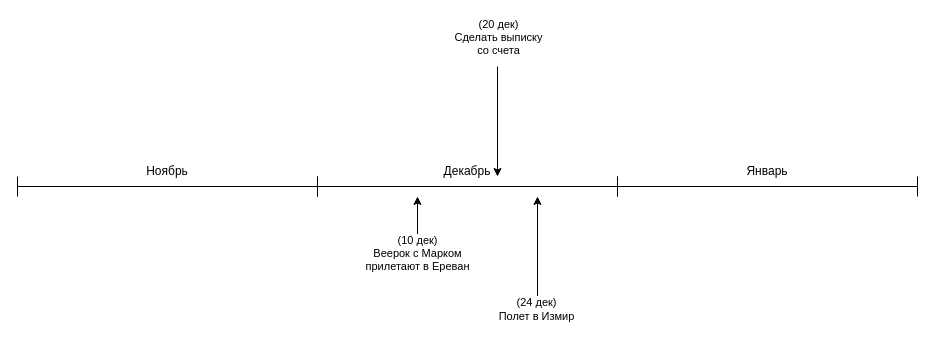
Earlier version of the draw.io diagram relocation.drawio (ajile/draw-io). Source tidied: cells renumbered, new cells numbered last; positions are measured from the earlier drawing's top-left corner, leaving out a move shared by most shapes. Both pictures are drawn from the tidied source at 100%, with x=0, y=0 at pixel (17, 66).
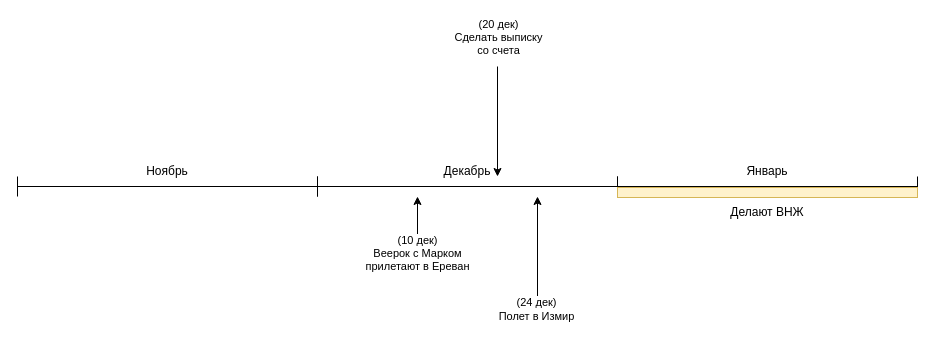
After the change.

What changed in the source:
```diff
@@
+    <mxCell id="23" style="rounded=0;whiteSpace=wrap;html=1;fillColor=#fff2cc;strokeColor=#d6b656;" parent="1" vertex="1">
+      <mxGeometry x="600" y="121" width="300" height="10" as="geometry" />
+    </mxCell>
+    <mxCell id="24" value="Делают ВНЖ" style="text;html=1;strokeColor=none;fillColor=none;align=center;verticalAlign=middle;whiteSpace=wrap;rounded=0;" parent="1" vertex="1">
+      <mxGeometry x="690" y="131" width="120" height="30" as="geometry" />
+    </mxCell>
```
